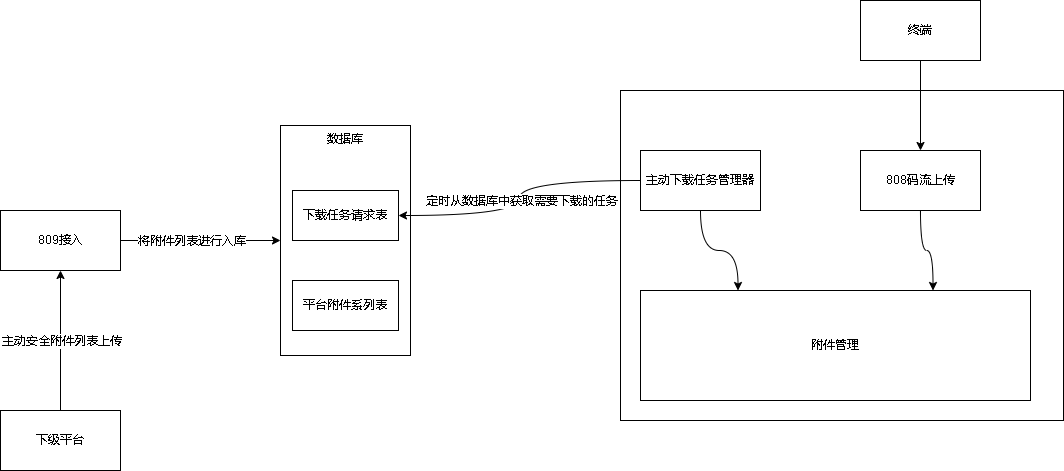
xktder/draw keeps this draw.io diagram as 809上传附件列表支持下载.drawio.png. Above is the earlier version. Source tidied: cells renumbered, new cells last; positions are measured from the earlier drawing's top-left corner, leaving out a move shared by most shapes.
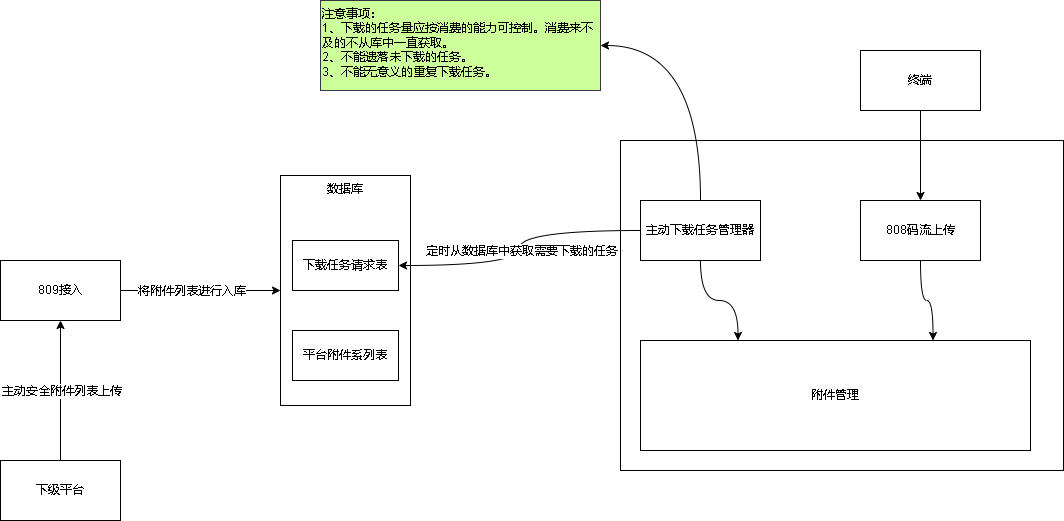
The same diagram one commit later.

Commit message:
更新809上传附件列表支持下载.drawio.png

Diff of the diagram source:
```diff
@@ -47,6 +47,9 @@
     <mxCell id="14" style="edgeStyle=orthogonalEdgeStyle;rounded=0;jettySize=auto;html=1;entryX=0.25;entryY=0;entryDx=0;entryDy=0;curved=1;" parent="1" edge="1" source="15" target="16">
       <mxGeometry relative="1" as="geometry" />
     </mxCell>
+    <mxCell id="21" style="edgeStyle=orthogonalEdgeStyle;rounded=0;jettySize=auto;html=1;exitX=0.5;exitY=0;exitDx=0;exitDy=0;entryX=1;entryY=0.5;entryDx=0;entryDy=0;curved=1;" parent="1" edge="1" source="15" target="22">
+      <mxGeometry relative="1" as="geometry" />
+    </mxCell>
     <mxCell id="15" value="主动下载任务管理器" style="rounded=0;whiteSpace=wrap;html=1;" parent="1" vertex="1">
       <mxGeometry x="640" y="150" width="120" height="60" as="geometry" />
     </mxCell>
@@ -65,5 +68,8 @@
     <mxCell id="20" value="终端" style="rounded=0;whiteSpace=wrap;html=1;" parent="1" vertex="1">
       <mxGeometry x="860" width="120" height="60" as="geometry" />
     </mxCell>
+    <mxCell id="22" value="注意事项：&lt;br&gt;1、下载的任务量应按消费的能力可控制。消费来不及的不从库中一直获取。&lt;br&gt;2、不能遗落未下载的任务。&lt;br&gt;3、不能无意义的重复下载任务。" style="rounded=0;whiteSpace=wrap;html=1;fillColor=#CCFF99;strokeColor=#36393d;verticalAlign=top;align=left;" parent="1" vertex="1">
+      <mxGeometry x="320" y="-50" width="280" height="90" as="geometry" />
+    </mxCell>
   </root>
 </mxGraphModel>
```
